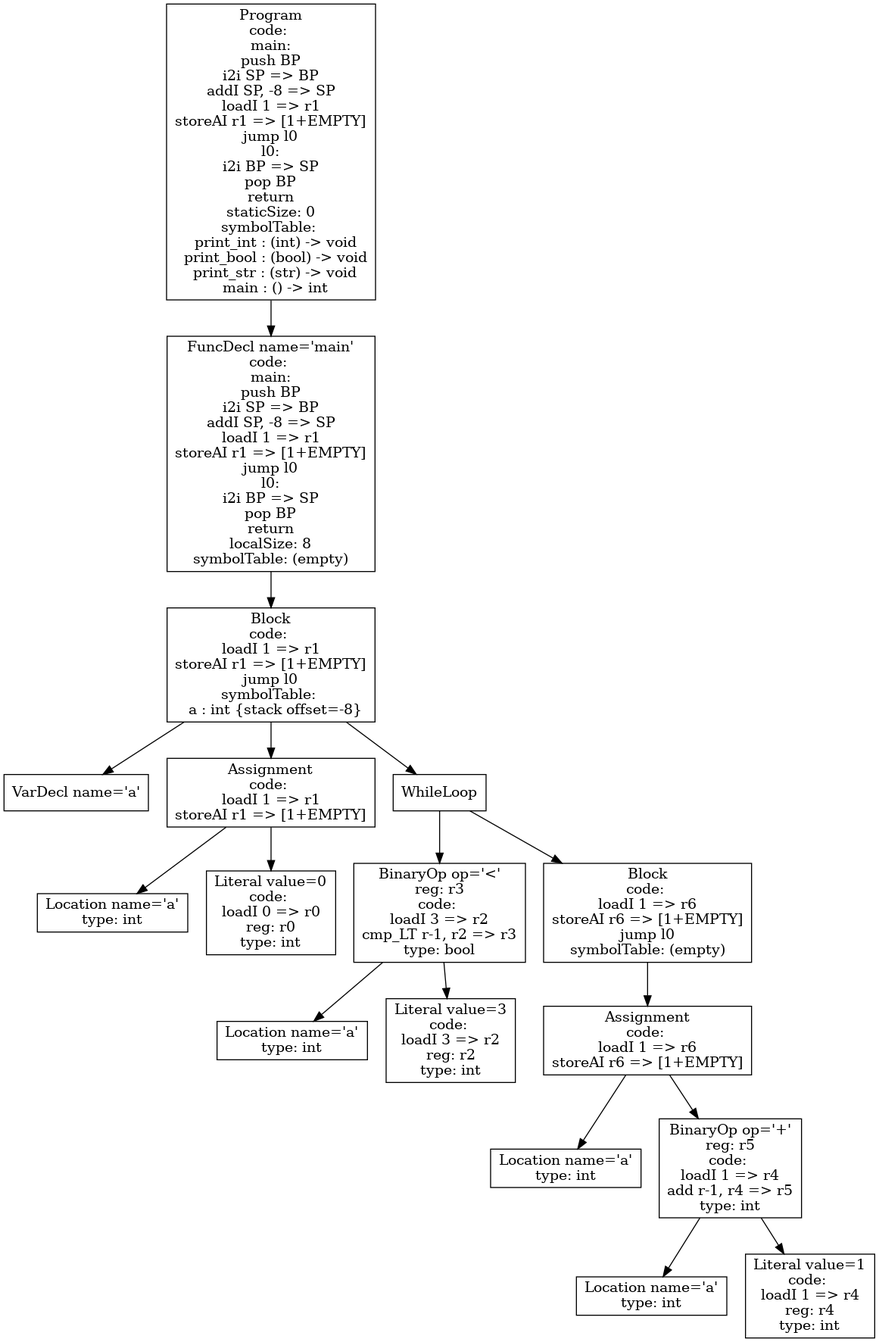
This is ast.png from EastDakota/Compilers_p4, a Graphviz export, as it was before one commit. Its source is kept beside it as ast.dot.
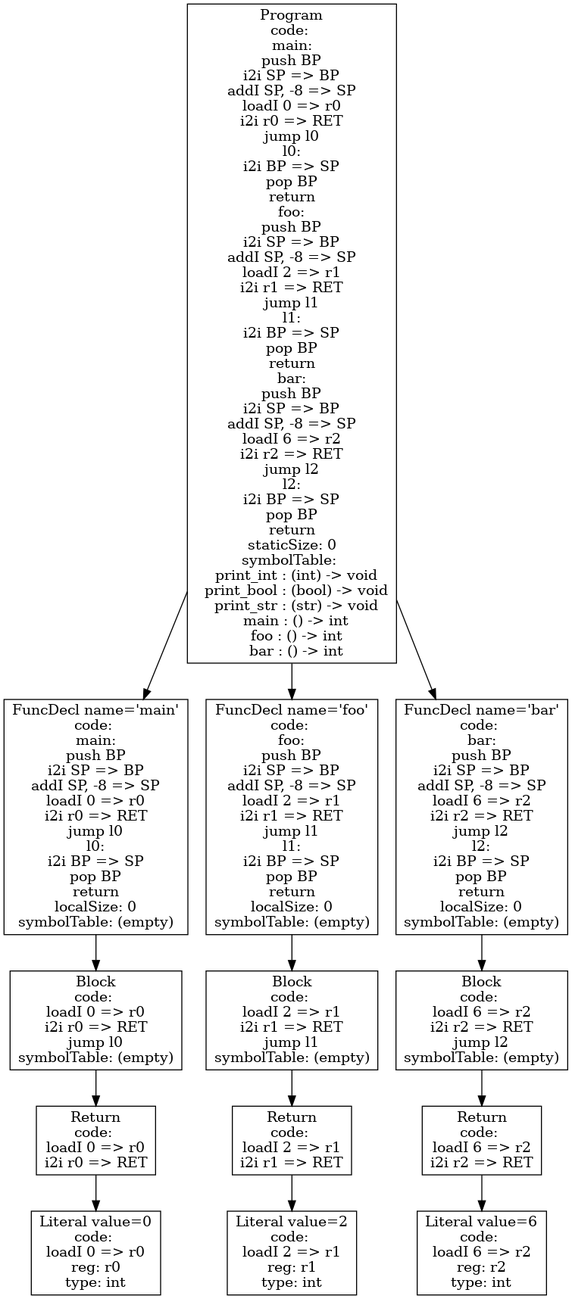
The same diagram one commit later.

The edit, as a diff of the source:
```diff
@@ -1,35 +1,27 @@
 digraph AST {
-3 [shape=box, label="VarDecl name='a'"];
-5 [shape=box, label="Location name='a'\ntype: int"];
-6 [shape=box, label="Literal value=0\ncode: \nloadI 0 => r0\nreg: r0\ntype: int"];
-4 [shape=box, label="Assignment\ncode: \nloadI 1 => r1\nstoreAI r1 => [1+EMPTY]"];
-4 -> 5;
-4 -> 6;
-9 [shape=box, label="Location name='a'\ntype: int"];
-10 [shape=box, label="Literal value=3\ncode: \nloadI 3 => r2\nreg: r2\ntype: int"];
-8 [shape=box, label="BinaryOp op='<'\nreg: r3\ncode: \nloadI 3 => r2\ncmp_LT r-1, r2 => r3\ntype: bool"];
-8 -> 9;
-8 -> 10;
-13 [shape=box, label="Location name='a'\ntype: int"];
-15 [shape=box, label="Location name='a'\ntype: int"];
-16 [shape=box, label="Literal value=1\ncode: \nloadI 1 => r4\nreg: r4\ntype: int"];
-14 [shape=box, label="BinaryOp op='+'\nreg: r5\ncode: \nloadI 1 => r4\nadd r-1, r4 => r5\ntype: int"];
-14 -> 15;
-14 -> 16;
-12 [shape=box, label="Assignment\ncode: \nloadI 1 => r6\nstoreAI r6 => [1+EMPTY]"];
-12 -> 13;
-12 -> 14;
-11 [shape=box, label="Block\ncode: \nloadI 1 => r6\nstoreAI r6 => [1+EMPTY]\njump l0\nsymbolTable: (empty)"];
+4 [shape=box, label="Literal value=0\ncode: \nloadI 0 => r0\nreg: r0\ntype: int"];
+3 [shape=box, label="Return\ncode: \nloadI 0 => r0\ni2i r0 => RET"];
+3 -> 4;
+2 [shape=box, label="Block\ncode: \nloadI 0 => r0\ni2i r0 => RET\njump l0\nsymbolTable: (empty)"];
+2 -> 3;
+1 [shape=box, label="FuncDecl name='main'\ncode: \nmain:\npush BP\ni2i SP => BP\naddI SP, -8 => SP\nloadI 0 => r0\ni2i r0 => RET\njump l0\nl0:\ni2i BP => SP\npop BP\nreturn\nlocalSize: 0\nsymbolTable: (empty)"];
+1 -> 2;
+8 [shape=box, label="Literal value=2\ncode: \nloadI 2 => r1\nreg: r1\ntype: int"];
+7 [shape=box, label="Return\ncode: \nloadI 2 => r1\ni2i r1 => RET"];
+7 -> 8;
+6 [shape=box, label="Block\ncode: \nloadI 2 => r1\ni2i r1 => RET\njump l1\nsymbolTable: (empty)"];
+6 -> 7;
+5 [shape=box, label="FuncDecl name='foo'\ncode: \nfoo:\npush BP\ni2i SP => BP\naddI SP, -8 => SP\nloadI 2 => r1\ni2i r1 => RET\njump l1\nl1:\ni2i BP => SP\npop BP\nreturn\nlocalSize: 0\nsymbolTable: (empty)"];
+5 -> 6;
+12 [shape=box, label="Literal value=6\ncode: \nloadI 6 => r2\nreg: r2\ntype: int"];
+11 [shape=box, label="Return\ncode: \nloadI 6 => r2\ni2i r2 => RET"];
 11 -> 12;
-7 [shape=box, label="WhileLoop"];
-7 -> 8;
-7 -> 11;
-2 [shape=box, label="Block\ncode: \nloadI 1 => r1\nstoreAI r1 => [1+EMPTY]\njump l0\nsymbolTable: \n  a : int {stack offset=-8}"];
-2 -> 3;
-2 -> 4;
-2 -> 7;
-1 [shape=box, label="FuncDecl name='main'\ncode: \nmain:\npush BP\ni2i SP => BP\naddI SP, -8 => SP\nloadI 1 => r1\nstoreAI r1 => [1+EMPTY]\njump l0\nl0:\ni2i BP => SP\npop BP\nreturn\nlocalSize: 8\nsymbolTable: (empty)"];
-1 -> 2;
-0 [shape=box, label="Program\ncode: \nmain:\npush BP\ni2i SP => BP\naddI SP, -8 => SP\nloadI 1 => r1\nstoreAI r1 => [1+EMPTY]\njump l0\nl0:\ni2i BP => SP\npop BP\nreturn\nstaticSize: 0\nsymbolTable: \n  print_int : (int) -> void\n  print_bool : (bool) -> void\n  print_str : (str) -> void\n  main : () -> int"];
+10 [shape=box, label="Block\ncode: \nloadI 6 => r2\ni2i r2 => RET\njump l2\nsymbolTable: (empty)"];
+10 -> 11;
+9 [shape=box, label="FuncDecl name='bar'\ncode: \nbar:\npush BP\ni2i SP => BP\naddI SP, -8 => SP\nloadI 6 => r2\ni2i r2 => RET\njump l2\nl2:\ni2i BP => SP\npop BP\nreturn\nlocalSize: 0\nsymbolTable: (empty)"];
+9 -> 10;
+0 [shape=box, label="Program\ncode: \nmain:\npush BP\ni2i SP => BP\naddI SP, -8 => SP\nloadI 0 => r0\ni2i r0 => RET\njump l0\nl0:\ni2i BP => SP\npop BP\nreturn\nfoo:\npush BP\ni2i SP => BP\naddI SP, -8 => SP\nloadI 2 => r1\ni2i r1 => RET\njump l1\nl1:\ni2i BP => SP\npop BP\nreturn\nbar:\npush BP\ni2i SP => BP\naddI SP, -8 => SP\nloadI 6 => r2\ni2i r2 => RET\njump l2\nl2:\ni2i BP => SP\npop BP\nreturn\nstaticSize: 0\nsymbolTable: \n  print_int : (int) -> void\n  print_bool : (bool) -> void\n  print_str : (str) -> void\n  main : () -> int\n  foo : () -> int\n  bar : () -> int"];
 0 -> 1;
+0 -> 5;
+0 -> 9;
 }
```
